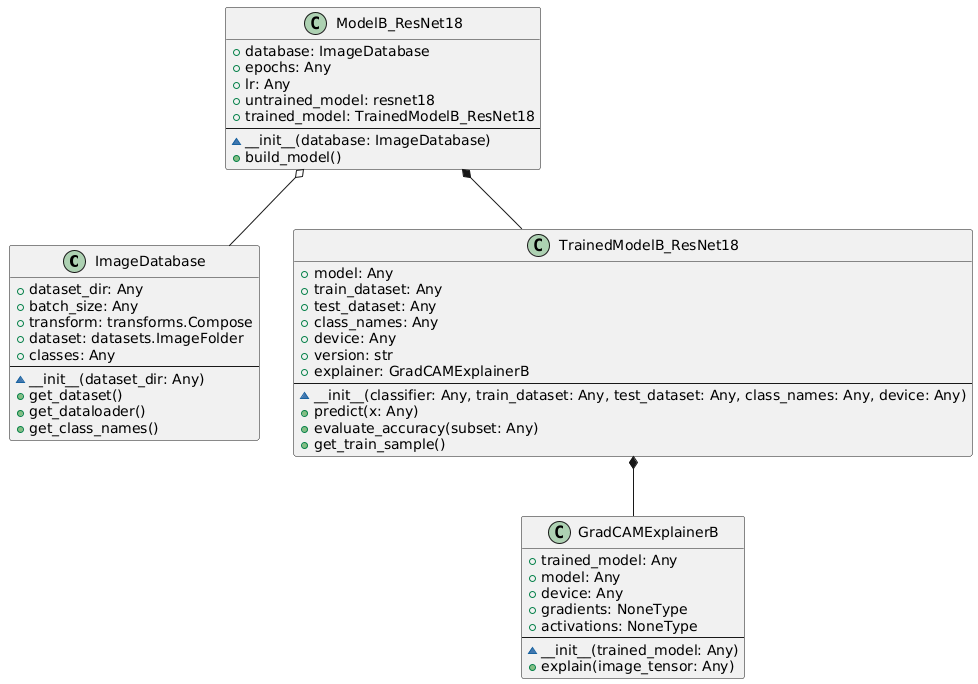
miklotovx/UMLOOModeler keeps this PlantUML diagram as Other examples/ResNet18 + GradCam/image_gradcam_UMLOOModeler_diagram.png. Above is the earlier version. Its diagram source:
```plantuml
@startuml

class "ImageDatabase" {
  + dataset_dir: Any
  + batch_size: Any
  + transform: transforms.Compose
  + dataset: datasets.ImageFolder
  + classes: Any
  --
  ~ __init__(dataset_dir: Any)
  + get_dataset()
  + get_dataloader()
  + get_class_names()
}

class "ModelB_ResNet18" {
  + database: ImageDatabase
  + epochs: Any
  + lr: Any
  + untrained_model: resnet18
  + trained_model: TrainedModelB_ResNet18
  --
  ~ __init__(database: ImageDatabase)
  + build_model()
}

class "TrainedModelB_ResNet18" {
  + model: Any
  + train_dataset: Any
  + test_dataset: Any
  + class_names: Any
  + device: Any
  + version: str
  + explainer: GradCAMExplainerB
  --
  ~ __init__(classifier: Any, train_dataset: Any, test_dataset: Any, class_names: Any, device: Any)
  + predict(x: Any)
  + evaluate_accuracy(subset: Any)
  + get_train_sample()
}

class "GradCAMExplainerB" {
  + trained_model: Any
  + model: Any
  + device: Any
  + gradients: NoneType
  + activations: NoneType
  --
  ~ __init__(trained_model: Any)
  + explain(image_tensor: Any)
}

ModelB_ResNet18 *-- TrainedModelB_ResNet18
TrainedModelB_ResNet18 *-- GradCAMExplainerB
ModelB_ResNet18 o-- ImageDatabase
@enduml
```
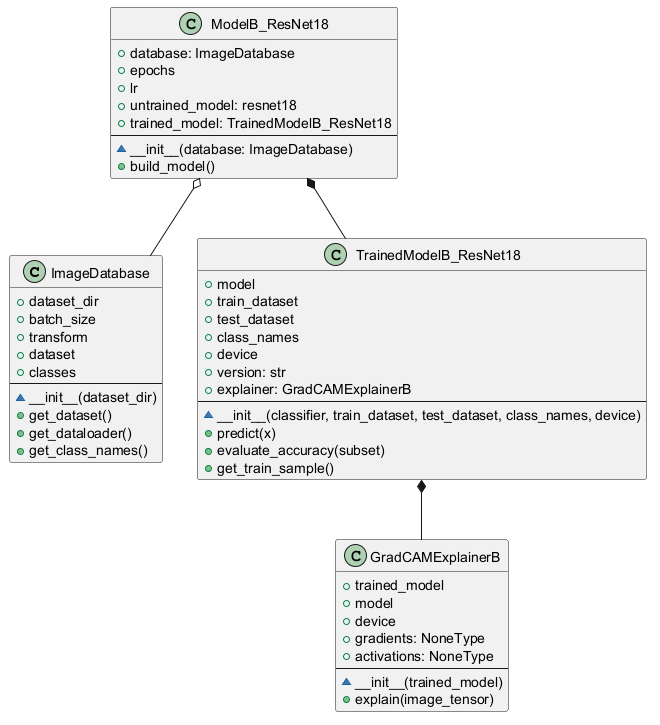
After the commit.

The edit, as a diff of the source:
```diff
@@ -1,13 +1,13 @@
 @startuml
 
 class "ImageDatabase" {
-  + dataset_dir: Any
-  + batch_size: Any
-  + transform: transforms.Compose
-  + dataset: datasets.ImageFolder
-  + classes: Any
+  + dataset_dir
+  + batch_size
+  + transform
+  + dataset
+  + classes
   --
-  ~ __init__(dataset_dir: Any)
+  ~ __init__(dataset_dir)
   + get_dataset()
   + get_dataloader()
   + get_class_names()
@@ -15,8 +15,8 @@
 
 class "ModelB_ResNet18" {
   + database: ImageDatabase
-  + epochs: Any
-  + lr: Any
+  + epochs
+  + lr
   + untrained_model: resnet18
   + trained_model: TrainedModelB_ResNet18
   --
@@ -25,29 +25,29 @@
 }
 
 class "TrainedModelB_ResNet18" {
-  + model: Any
-  + train_dataset: Any
-  + test_dataset: Any
-  + class_names: Any
-  + device: Any
+  + model
+  + train_dataset
+  + test_dataset
+  + class_names
+  + device
   + version: str
   + explainer: GradCAMExplainerB
   --
-  ~ __init__(classifier: Any, train_dataset: Any, test_dataset: Any, class_names: Any, device: Any)
-  + predict(x: Any)
-  + evaluate_accuracy(subset: Any)
+  ~ __init__(classifier, train_dataset, test_dataset, class_names, device)
+  + predict(x)
+  + evaluate_accuracy(subset)
   + get_train_sample()
 }
 
 class "GradCAMExplainerB" {
-  + trained_model: Any
-  + model: Any
-  + device: Any
+  + trained_model
+  + model
+  + device
   + gradients: NoneType
   + activations: NoneType
   --
-  ~ __init__(trained_model: Any)
-  + explain(image_tensor: Any)
+  ~ __init__(trained_model)
+  + explain(image_tensor)
 }
 
 ModelB_ResNet18 *-- TrainedModelB_ResNet18
```
